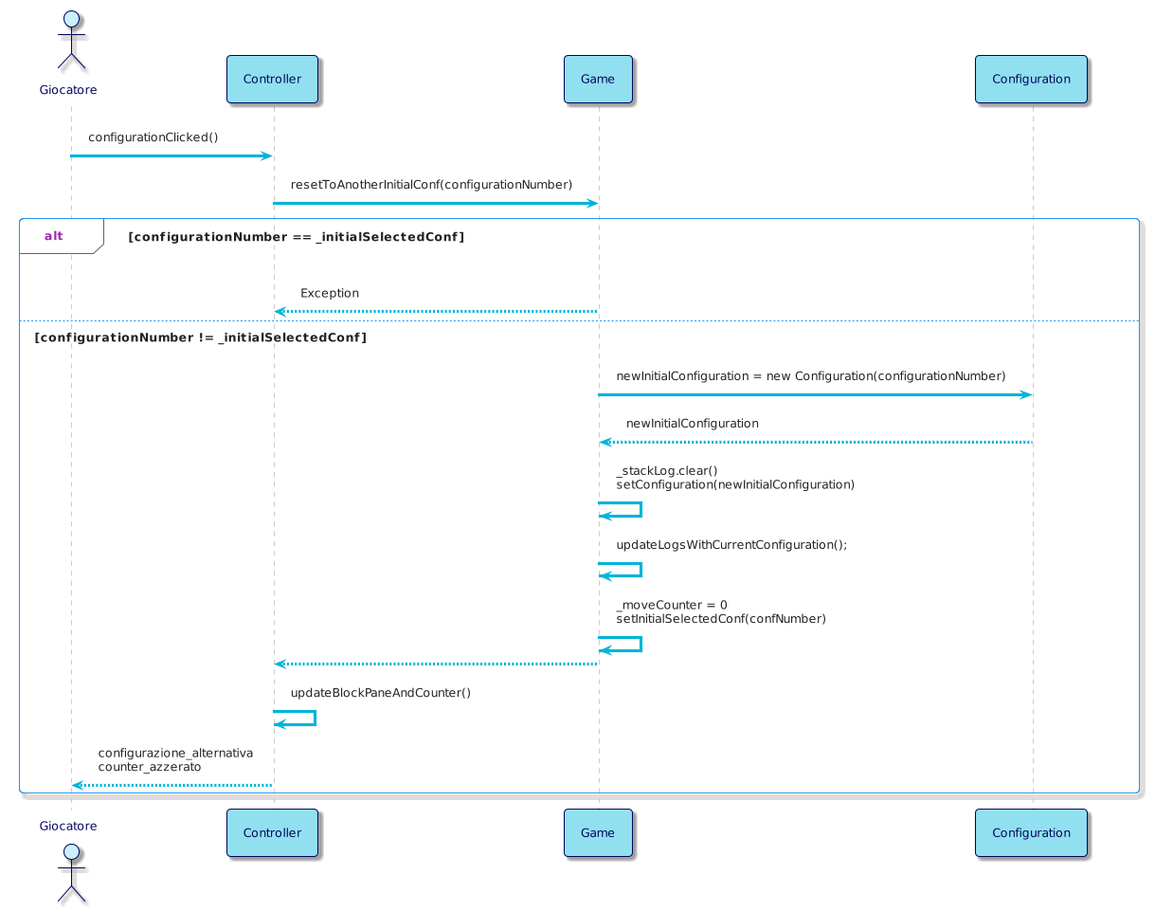
Before: resources/img/diagrams/InternalSequenceDiagram2.png, a diagram exported from PlantUML (bellins14/klotski_gruppo2). Source of this version:
```plantuml
@startuml
!theme materia-outline

skinparam ArrowColor #00B4D8
skinparam ActorBorderColor #03045E
skinparam ActorFontColor #03045E
skinparam ActorBackgroundColor #CAF0F8
skinparam ParticipantFontColor #03045E
skinparam ParticipantBorderColor #03045E
skinparam ParticipantBackgroundColor #90E0EF
skinparam DatabaseBorderColor #03045E
skinparam DatabaseBackgroundColor #00B4D8
skinparam DatabaseFontColor #03045E
skinparam BackgroundColor #FFFFFF

actor Giocatore
participant Controller
participant Game


Giocatore -> Controller: configurationClicked()
Controller -> Game: resetToAnotherInitialConf(configurationNumber)

alt configurationNumber == _initialSelectedConf
Game --> Controller: Exception

else configurationNumber != _initialSelectedConf
Game -> Configuration: newInitialConfiguration = new Configuration(configurationNumber)
Configuration --> Game: newInitialConfiguration
Game -> Game: _stackLog.clear() \nsetConfiguration(newInitialConfiguration)
Game -> Game: updateLogsWithCurrentConfiguration();
Game -> Game: _moveCounter = 0 \nsetInitialSelectedConf(confNumber)
Game --> Controller
Controller -> Controller: updateBlockPaneAndCounter()
Controller --> Giocatore: configurazione_alternativa \ncounter_azzerato

end
@enduml
```
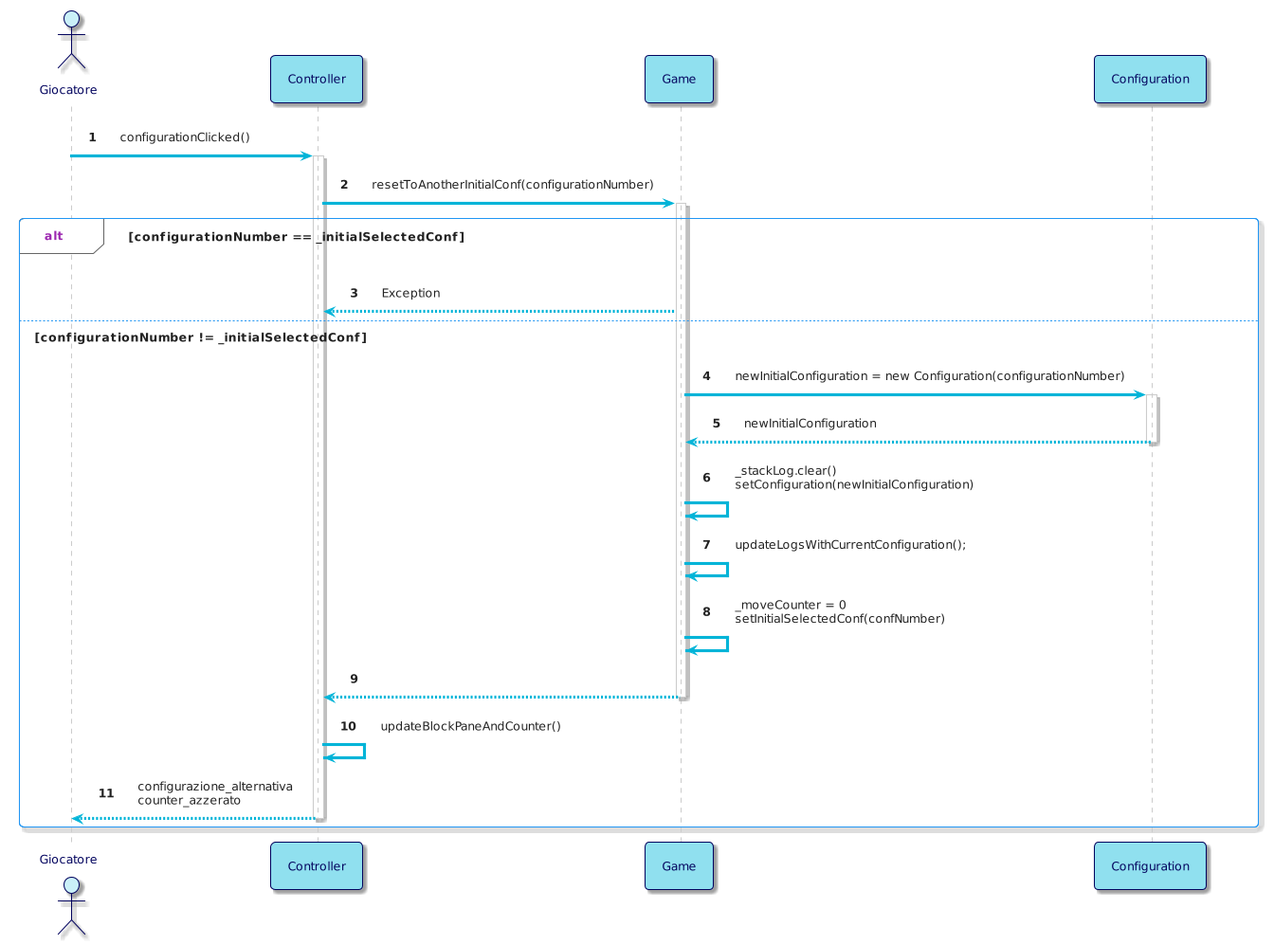
Above is the later version.

Change to the diagram source:
```diff
@@ -1,6 +1,7 @@
 @startuml
 !theme materia-outline
 
+autonumber
 skinparam ArrowColor #00B4D8
 skinparam ActorBorderColor #03045E
 skinparam ActorFontColor #03045E
@@ -19,20 +20,28 @@
 
 
 Giocatore -> Controller: configurationClicked()
+activate Controller
 Controller -> Game: resetToAnotherInitialConf(configurationNumber)
+activate Game
 
 alt configurationNumber == _initialSelectedConf
 Game --> Controller: Exception
 
 else configurationNumber != _initialSelectedConf
 Game -> Configuration: newInitialConfiguration = new Configuration(configurationNumber)
+activate Configuration
 Configuration --> Game: newInitialConfiguration
+deactivate Configuration
+
 Game -> Game: _stackLog.clear() \nsetConfiguration(newInitialConfiguration)
 Game -> Game: updateLogsWithCurrentConfiguration();
 Game -> Game: _moveCounter = 0 \nsetInitialSelectedConf(confNumber)
 Game --> Controller
+deactivate Game
+
 Controller -> Controller: updateBlockPaneAndCounter()
 Controller --> Giocatore: configurazione_alternativa \ncounter_azzerato
+deactivate Controller
 
 end
 @enduml
```
